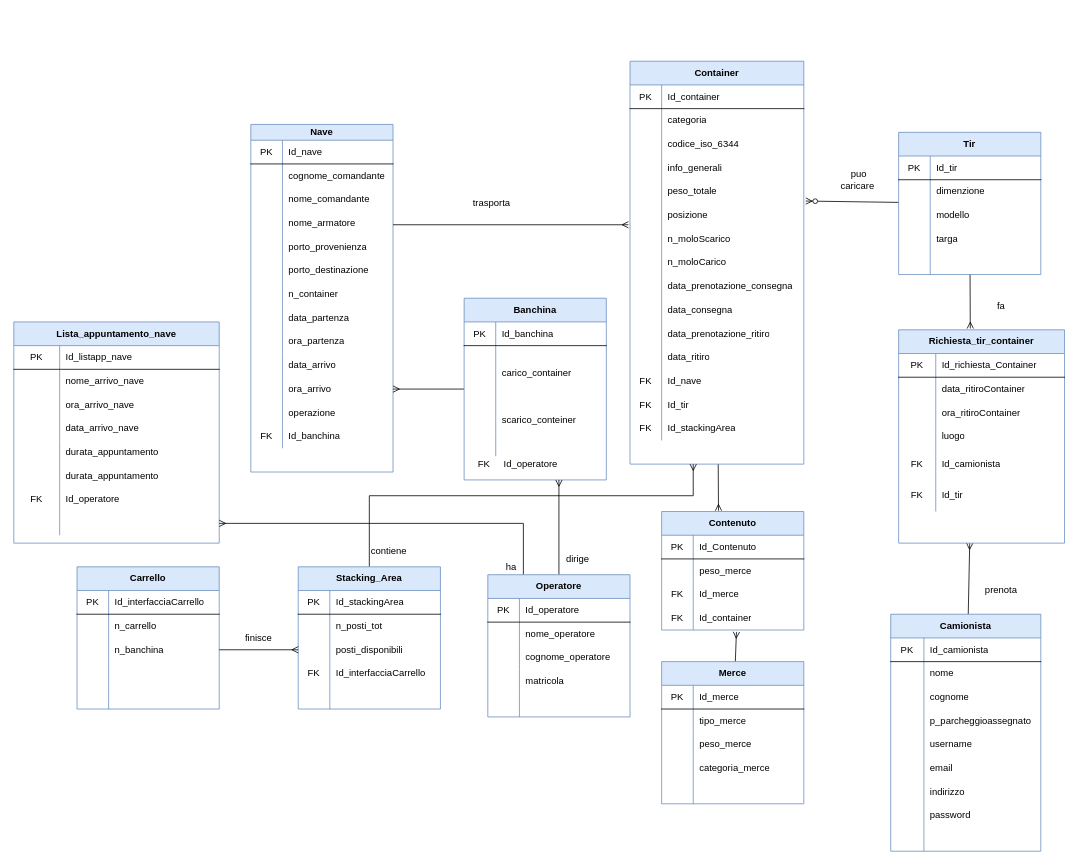
Above: databases_finito.drawio in giuliacangani02/EsameGiulia2021 (draw.io), before the change. Source tidied: cells renumbered, new cells numbered last; positions are measured from the earlier drawing's top-left corner, leaving out a move shared by most shapes. Both pictures are drawn from the tidied source at 79%, with x=0, y=0 at pixel (13, 61).
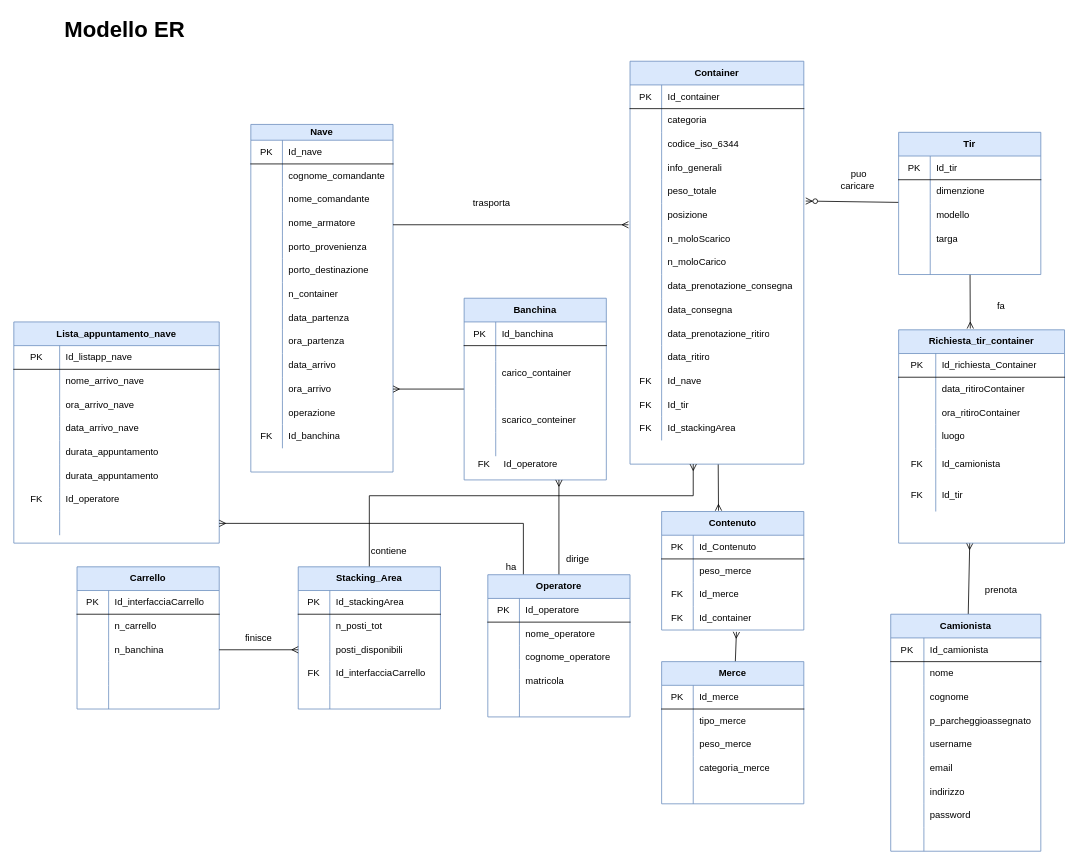
Above is the later version.

What changed in the source:
```diff
@@
+    <mxCell id="293" value="Modello ER" style="text;strokeColor=none;fillColor=none;html=1;fontSize=28;fontStyle=1;verticalAlign=middle;align=center;" parent="1" vertex="1">
+      <mxGeometry x="90" y="-60" width="100" height="40" as="geometry" />
+    </mxCell>
```
